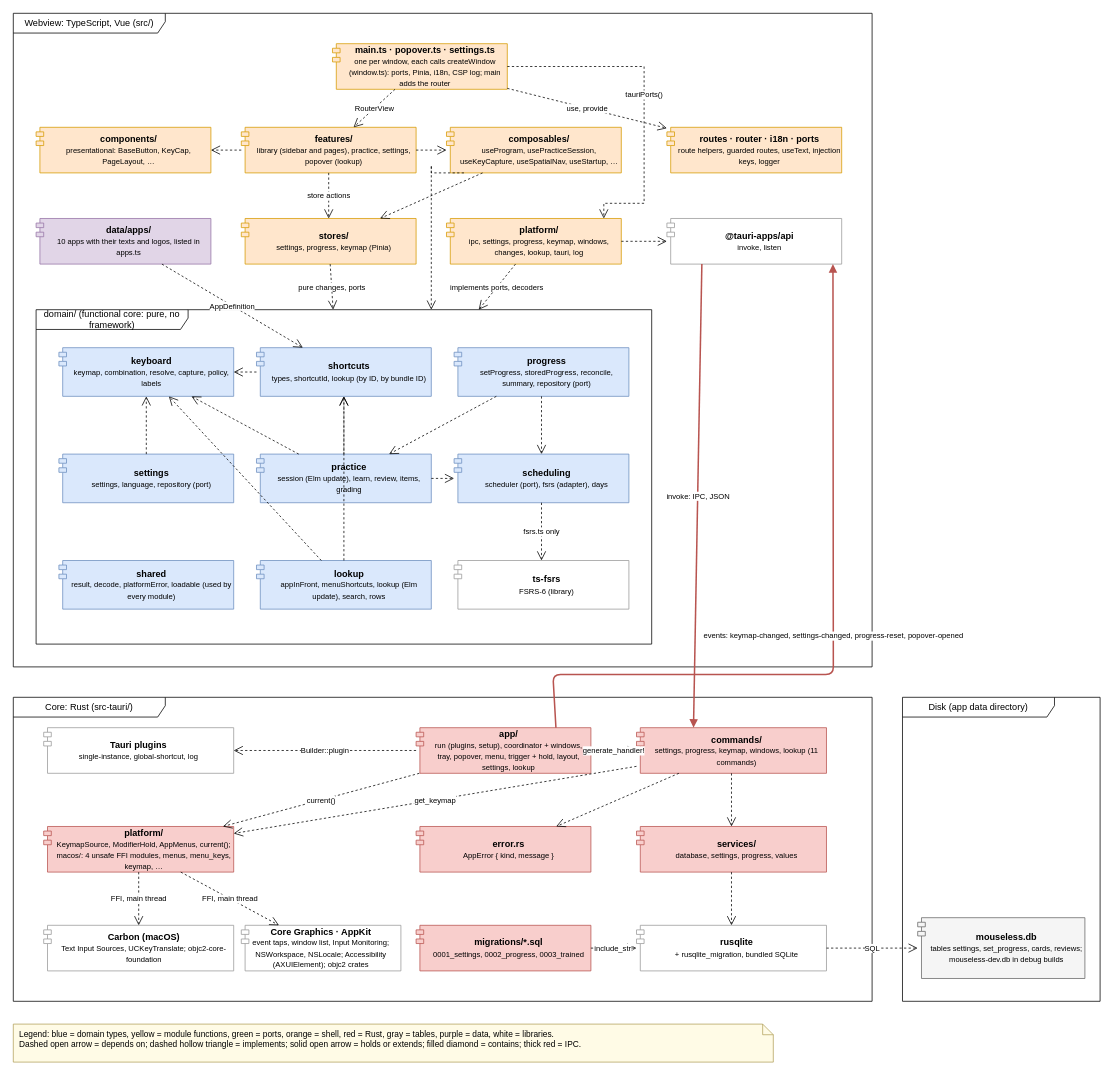
The draw.io diagram page "Components" (1 of 15) of docs/uml.drawio in r0binius/mathe2-trainer, before the edit. Source tidied: cells renumbered, new cells numbered last; positions are measured from the earlier drawing's top-left corner, leaving out a move shared by most shapes. Both pictures are drawn from the tidied source at 76%, with x=0, y=0 at pixel (13, 13).
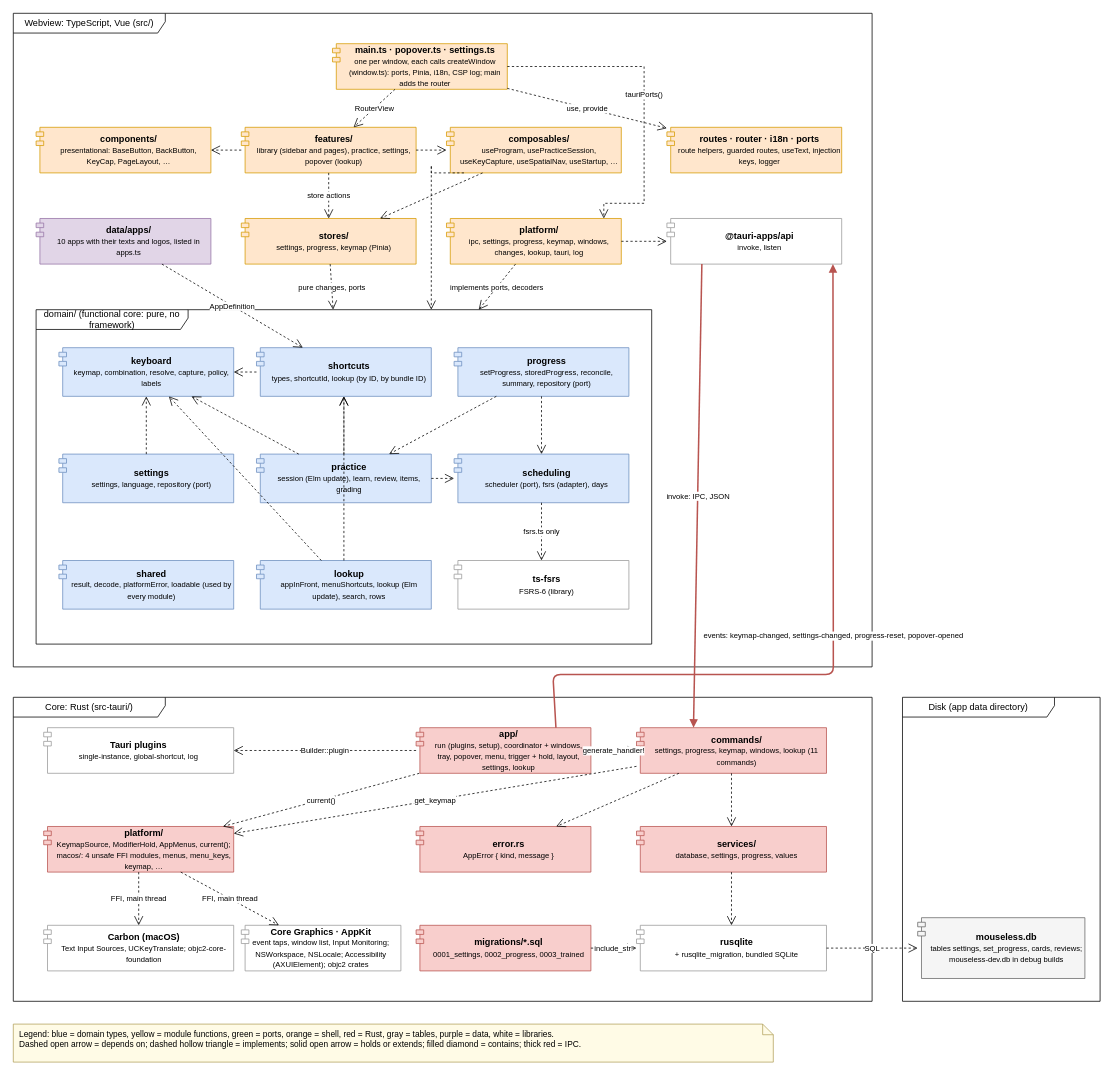
The same page after the edit.

The change refers to these unchanged cells:
```xml
<mxCell id="2" value="Webview: TypeScript, Vue (src/)" style="shape=umlFrame;whiteSpace=wrap;html=1;width=200;height=26;fillColor=none;" parent="1" vertex="1">
  <mxGeometry width="1130" height="860" as="geometry" />
</mxCell>
```

The edit, as a diff of the source:
```diff
@@
-    <mxCell id="52" value="&lt;b&gt;components/&lt;/b&gt;&lt;br&gt;&lt;font style=&quot;font-size:10px&quot;&gt;presentational: BaseButton, KeyCap, PageLayout, …&lt;/font&gt;" style="rounded=0;whiteSpace=wrap;html=1;fillColor=#ffe6cc;strokeColor=#d79b00;shape=module;jettyWidth=10;jettyHeight=6;align=center;spacingLeft=14;" parent="2" vertex="1">
+    <mxCell id="52" value="&lt;b&gt;components/&lt;/b&gt;&lt;br&gt;&lt;font style=&quot;font-size:10px&quot;&gt;presentational: BaseButton, BackButton, KeyCap, PageLayout, …&lt;/font&gt;" style="rounded=0;whiteSpace=wrap;html=1;fillColor=#ffe6cc;strokeColor=#d79b00;shape=module;jettyWidth=10;jettyHeight=6;align=center;spacingLeft=14;" parent="2" vertex="1">
       <mxGeometry x="30" y="150" width="230" height="60" as="geometry" />
     </mxCell>
```
